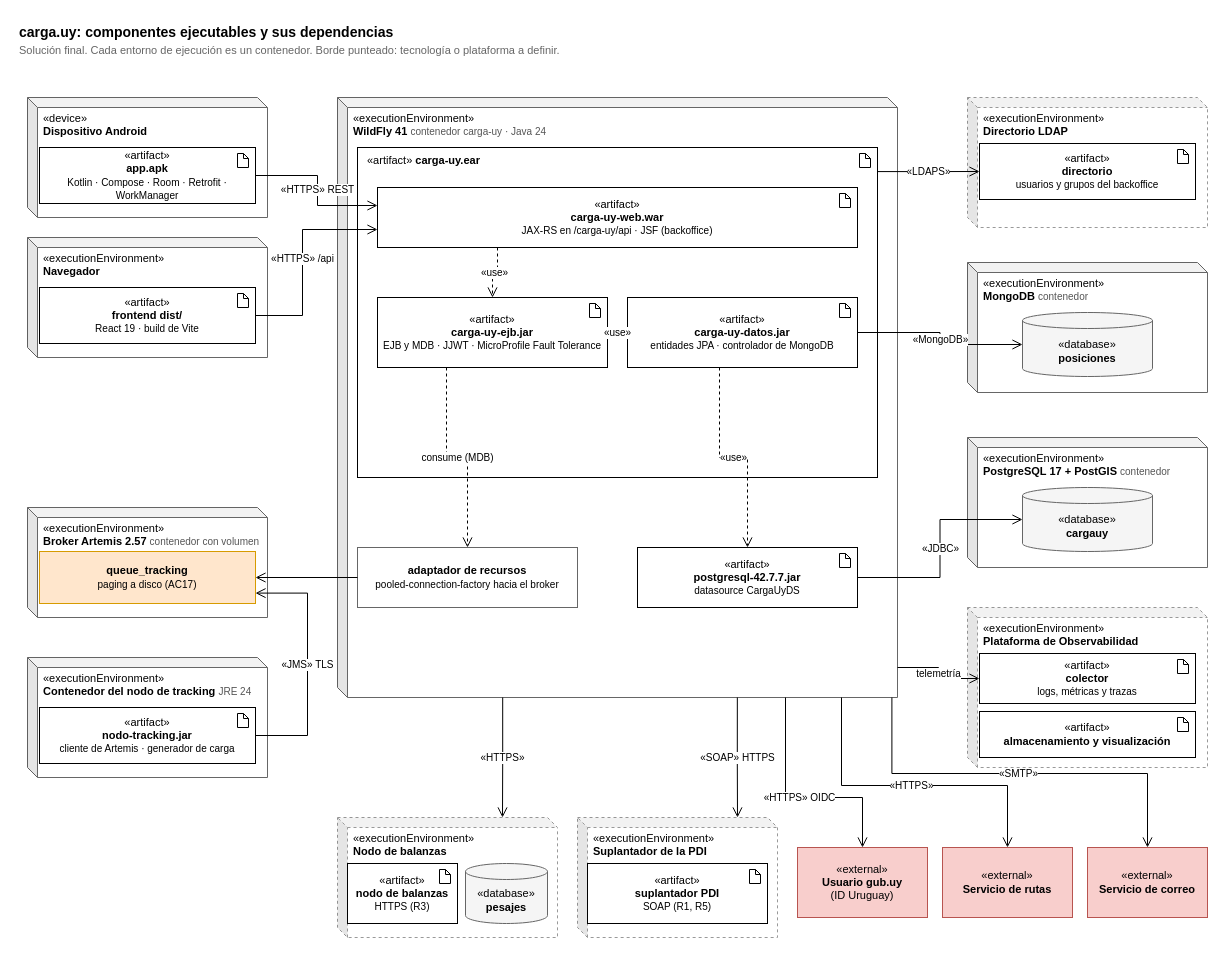
The draw.io diagram docs/informe/fuentes-drawio/carga-uy-implementacion.drawio in LucasLazogue/TSE-carga-uy, before the edit. Source tidied: cells renumbered, new cells numbered last; positions are measured from the earlier drawing's top-left corner, leaving out a move shared by most shapes. Both pictures are drawn from the tidied source at 100%, with x=0, y=0 at pixel (17, 17).
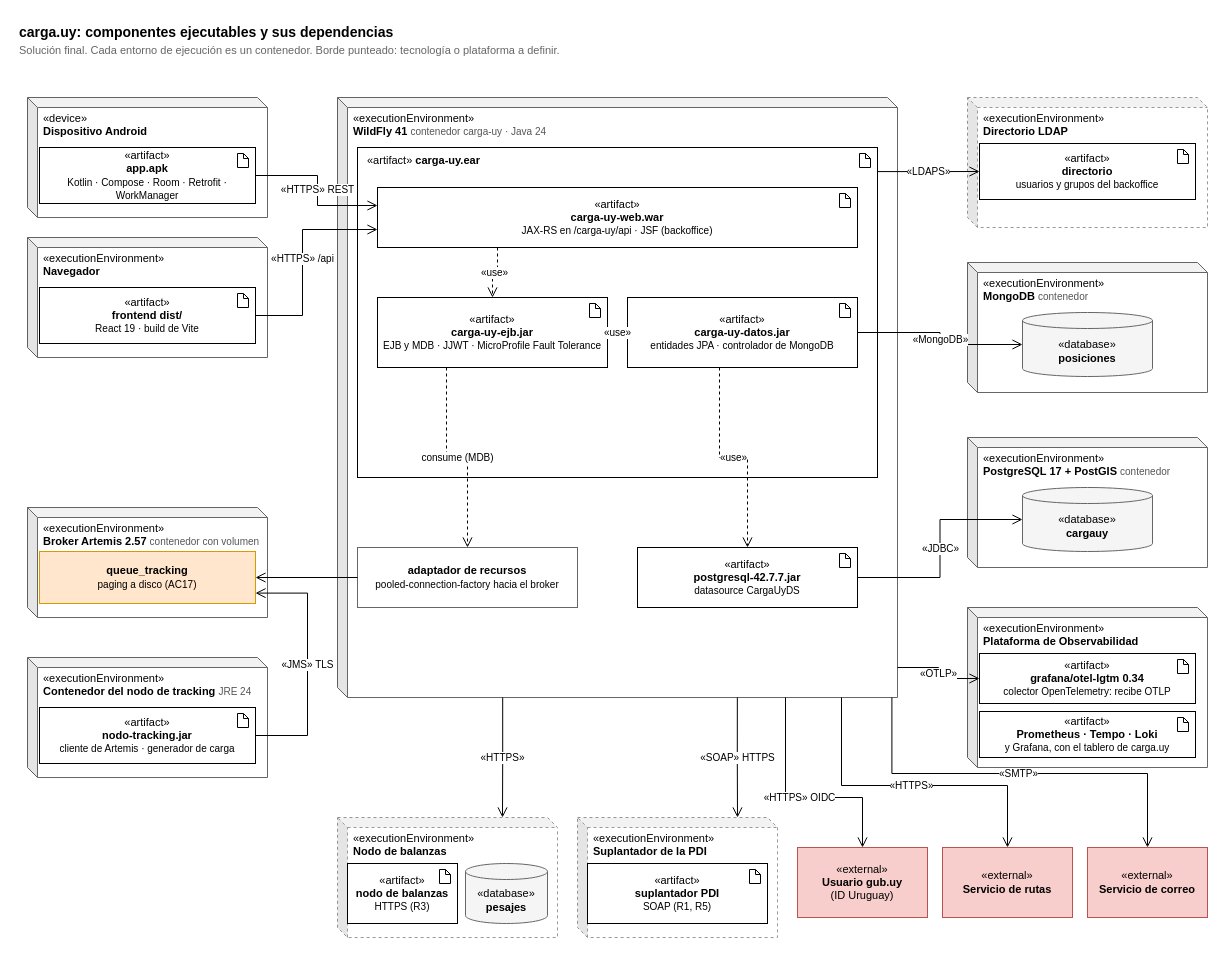
Above is the later version.

Commit message (it also covers changes not shown here):
docs: observabilidad con opentelemetry y otel-lgtm en el informe

The change refers to these unchanged cells:
```xml
<mxCell id="14" value="«executionEnvironment»&lt;br&gt;&lt;b&gt;WildFly 41&lt;/b&gt; &lt;font color=&quot;#555555&quot; style=&quot;font-size:10px&quot;&gt;contenedor carga-uy · Java 24&lt;/font&gt;" style="shape=cube;size=10;darkOpacity=0.05;darkOpacity2=0.1;whiteSpace=wrap;html=1;fillColor=#ffffff;strokeColor=#666666;verticalAlign=top;align=left;spacingLeft=14;spacingTop=8;fontSize=11;" parent="1" vertex="1">
  <mxGeometry x="320" y="80" width="560" height="600" as="geometry" />
</mxCell>
```

Change to the diagram source:
```diff
@@
-    <mxCell id="33" value="«executionEnvironment»&lt;br&gt;&lt;b&gt;Plataforma de Observabilidad&lt;/b&gt;" style="shape=cube;size=10;darkOpacity=0.05;darkOpacity2=0.1;whiteSpace=wrap;html=1;fillColor=#ffffff;strokeColor=#666666;verticalAlign=top;align=left;spacingLeft=14;spacingTop=8;fontSize=11;dashed=1;strokeColor=#999999;" parent="1" vertex="1">
+    <mxCell id="33" value="«executionEnvironment»&lt;br&gt;&lt;b&gt;Plataforma de Observabilidad&lt;/b&gt;" style="shape=cube;size=10;darkOpacity=0.05;darkOpacity2=0.1;whiteSpace=wrap;html=1;fillColor=#ffffff;strokeColor=#666666;verticalAlign=top;align=left;spacingLeft=14;spacingTop=8;fontSize=11;" parent="1" vertex="1">
       <mxGeometry x="950" y="590" width="240" height="160" as="geometry" />
     </mxCell>
-    <mxCell id="34" value="«artifact»&lt;br&gt;&lt;b&gt;colector&lt;/b&gt;&lt;br&gt;&lt;font style=&quot;font-size:10px&quot;&gt;logs, métricas y trazas&lt;/font&gt;" style="rounded=0;whiteSpace=wrap;html=1;fillColor=#ffffff;strokeColor=#000000;fontSize=11;" parent="33" vertex="1">
+    <mxCell id="34" value="«artifact»&lt;br&gt;&lt;b&gt;grafana/otel-lgtm 0.34&lt;/b&gt;&lt;br&gt;&lt;font style=&quot;font-size:10px&quot;&gt;colector OpenTelemetry: recibe OTLP&lt;/font&gt;" style="rounded=0;whiteSpace=wrap;html=1;fillColor=#ffffff;strokeColor=#000000;fontSize=11;" parent="33" vertex="1">
       <mxGeometry x="12" y="46" width="216" height="50" as="geometry" />
     </mxCell>
@@
-    <mxCell id="36" value="«artifact»&lt;br&gt;&lt;b&gt;almacenamiento y visualización&lt;/b&gt;" style="rounded=0;whiteSpace=wrap;html=1;fillColor=#ffffff;strokeColor=#000000;fontSize=11;" parent="33" vertex="1">
+    <mxCell id="36" value="«artifact»&lt;br&gt;&lt;b&gt;Prometheus · Tempo · Loki&lt;/b&gt;&lt;br&gt;&lt;font style=&quot;font-size:10px&quot;&gt;y Grafana, con el tablero de carga.uy&lt;/font&gt;" style="rounded=0;whiteSpace=wrap;html=1;fillColor=#ffffff;strokeColor=#000000;fontSize=11;" parent="33" vertex="1">
       <mxGeometry x="12" y="104" width="216" height="46" as="geometry" />
     </mxCell>
@@
-    <mxCell id="59" value="telemetría" style="endArrow=open;endSize=8;html=1;rounded=0;fontSize=10;labelBackgroundColor=#FFFFFF;edgeStyle=orthogonalEdgeStyle;exitX=1;exitY=0.95;exitDx=0;exitDy=0;entryX=0;entryY=0.5;entryDx=0;entryDy=0;" parent="1" edge="1" source="14" target="34">
+    <mxCell id="59" value="«OTLP»" style="endArrow=open;endSize=8;html=1;rounded=0;fontSize=10;labelBackgroundColor=#FFFFFF;edgeStyle=orthogonalEdgeStyle;exitX=1;exitY=0.95;exitDx=0;exitDy=0;entryX=0;entryY=0.5;entryDx=0;entryDy=0;" parent="1" edge="1" source="14" target="34">
       <mxGeometry relative="1" as="geometry" />
     </mxCell>
```
